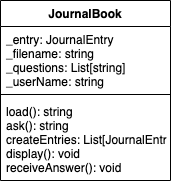
This is prove/Develop02/images/JournalBook.drawio.png from chinchay/cse210-projects, a draw.io export, as it was before one commit. Source tidied: cells renumbered, new cells last; positions are measured from the earlier drawing's top-left corner, leaving out a move shared by most shapes. Its diagram source:
```xml
<mxGraphModel>
  <root>
    <mxCell id="0" />
    <mxCell id="1" parent="0" />
    <mxCell id="2" value="JournalBook" style="swimlane;fontStyle=1;align=center;verticalAlign=top;horizontal=1;startSize=26;" parent="1" vertex="1">
      <mxGeometry width="170" height="180" as="geometry" />
    </mxCell>
    <mxCell id="3" value="_entry: JournalEntry&#10;_filename: string&#10;_questions: List[string]&#10;_userName: string" style="text;strokeColor=none;fillColor=none;align=left;verticalAlign=top;spacingLeft=4;spacingRight=4;overflow=hidden;" parent="2" vertex="1">
      <mxGeometry y="26" width="170" height="64" as="geometry" />
    </mxCell>
    <mxCell id="4" style="line;strokeWidth=1;fillColor=none;align=left;verticalAlign=middle;spacingTop=-1;spacingLeft=3;spacingRight=3;labelPosition=right;strokeColor=inherit;" parent="2" vertex="1">
      <mxGeometry y="90" width="170" height="8" as="geometry" />
    </mxCell>
    <mxCell id="5" value="load(): string&#10;ask(): string&#10;createEntries: List[JournalEntry]&#10;display(): void&#10;receiveAnswer(): void" style="text;strokeColor=none;fillColor=none;align=left;verticalAlign=top;spacingLeft=4;spacingRight=4;overflow=hidden;" parent="2" vertex="1">
      <mxGeometry y="98" width="170" height="82" as="geometry" />
    </mxCell>
  </root>
</mxGraphModel>
```
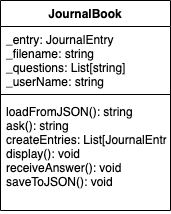
The same file after the commit.

What changed in the source:
```diff
@@ -3,7 +3,7 @@
     <mxCell id="0" />
     <mxCell id="1" parent="0" />
     <mxCell id="2" value="JournalBook" style="swimlane;fontStyle=1;align=center;verticalAlign=top;horizontal=1;startSize=26;" parent="1" vertex="1">
-      <mxGeometry width="170" height="180" as="geometry" />
+      <mxGeometry width="170" height="210" as="geometry" />
     </mxCell>
     <mxCell id="3" value="_entry: JournalEntry&#10;_filename: string&#10;_questions: List[string]&#10;_userName: string" style="text;strokeColor=none;fillColor=none;align=left;verticalAlign=top;spacingLeft=4;spacingRight=4;overflow=hidden;" parent="2" vertex="1">
       <mxGeometry y="26" width="170" height="64" as="geometry" />
@@ -11,8 +11,8 @@
     <mxCell id="4" style="line;strokeWidth=1;fillColor=none;align=left;verticalAlign=middle;spacingTop=-1;spacingLeft=3;spacingRight=3;labelPosition=right;strokeColor=inherit;" parent="2" vertex="1">
       <mxGeometry y="90" width="170" height="8" as="geometry" />
     </mxCell>
-    <mxCell id="5" value="load(): string&#10;ask(): string&#10;createEntries: List[JournalEntry]&#10;display(): void&#10;receiveAnswer(): void" style="text;strokeColor=none;fillColor=none;align=left;verticalAlign=top;spacingLeft=4;spacingRight=4;overflow=hidden;" parent="2" vertex="1">
-      <mxGeometry y="98" width="170" height="82" as="geometry" />
+    <mxCell id="5" value="loadFromJSON(): string&#10;ask(): string&#10;createEntries: List[JournalEntry]&#10;display(): void&#10;receiveAnswer(): void&#10;saveToJSON(): void" style="text;strokeColor=none;fillColor=none;align=left;verticalAlign=top;spacingLeft=4;spacingRight=4;overflow=hidden;" parent="2" vertex="1">
+      <mxGeometry y="98" width="170" height="112" as="geometry" />
     </mxCell>
   </root>
 </mxGraphModel>
```
